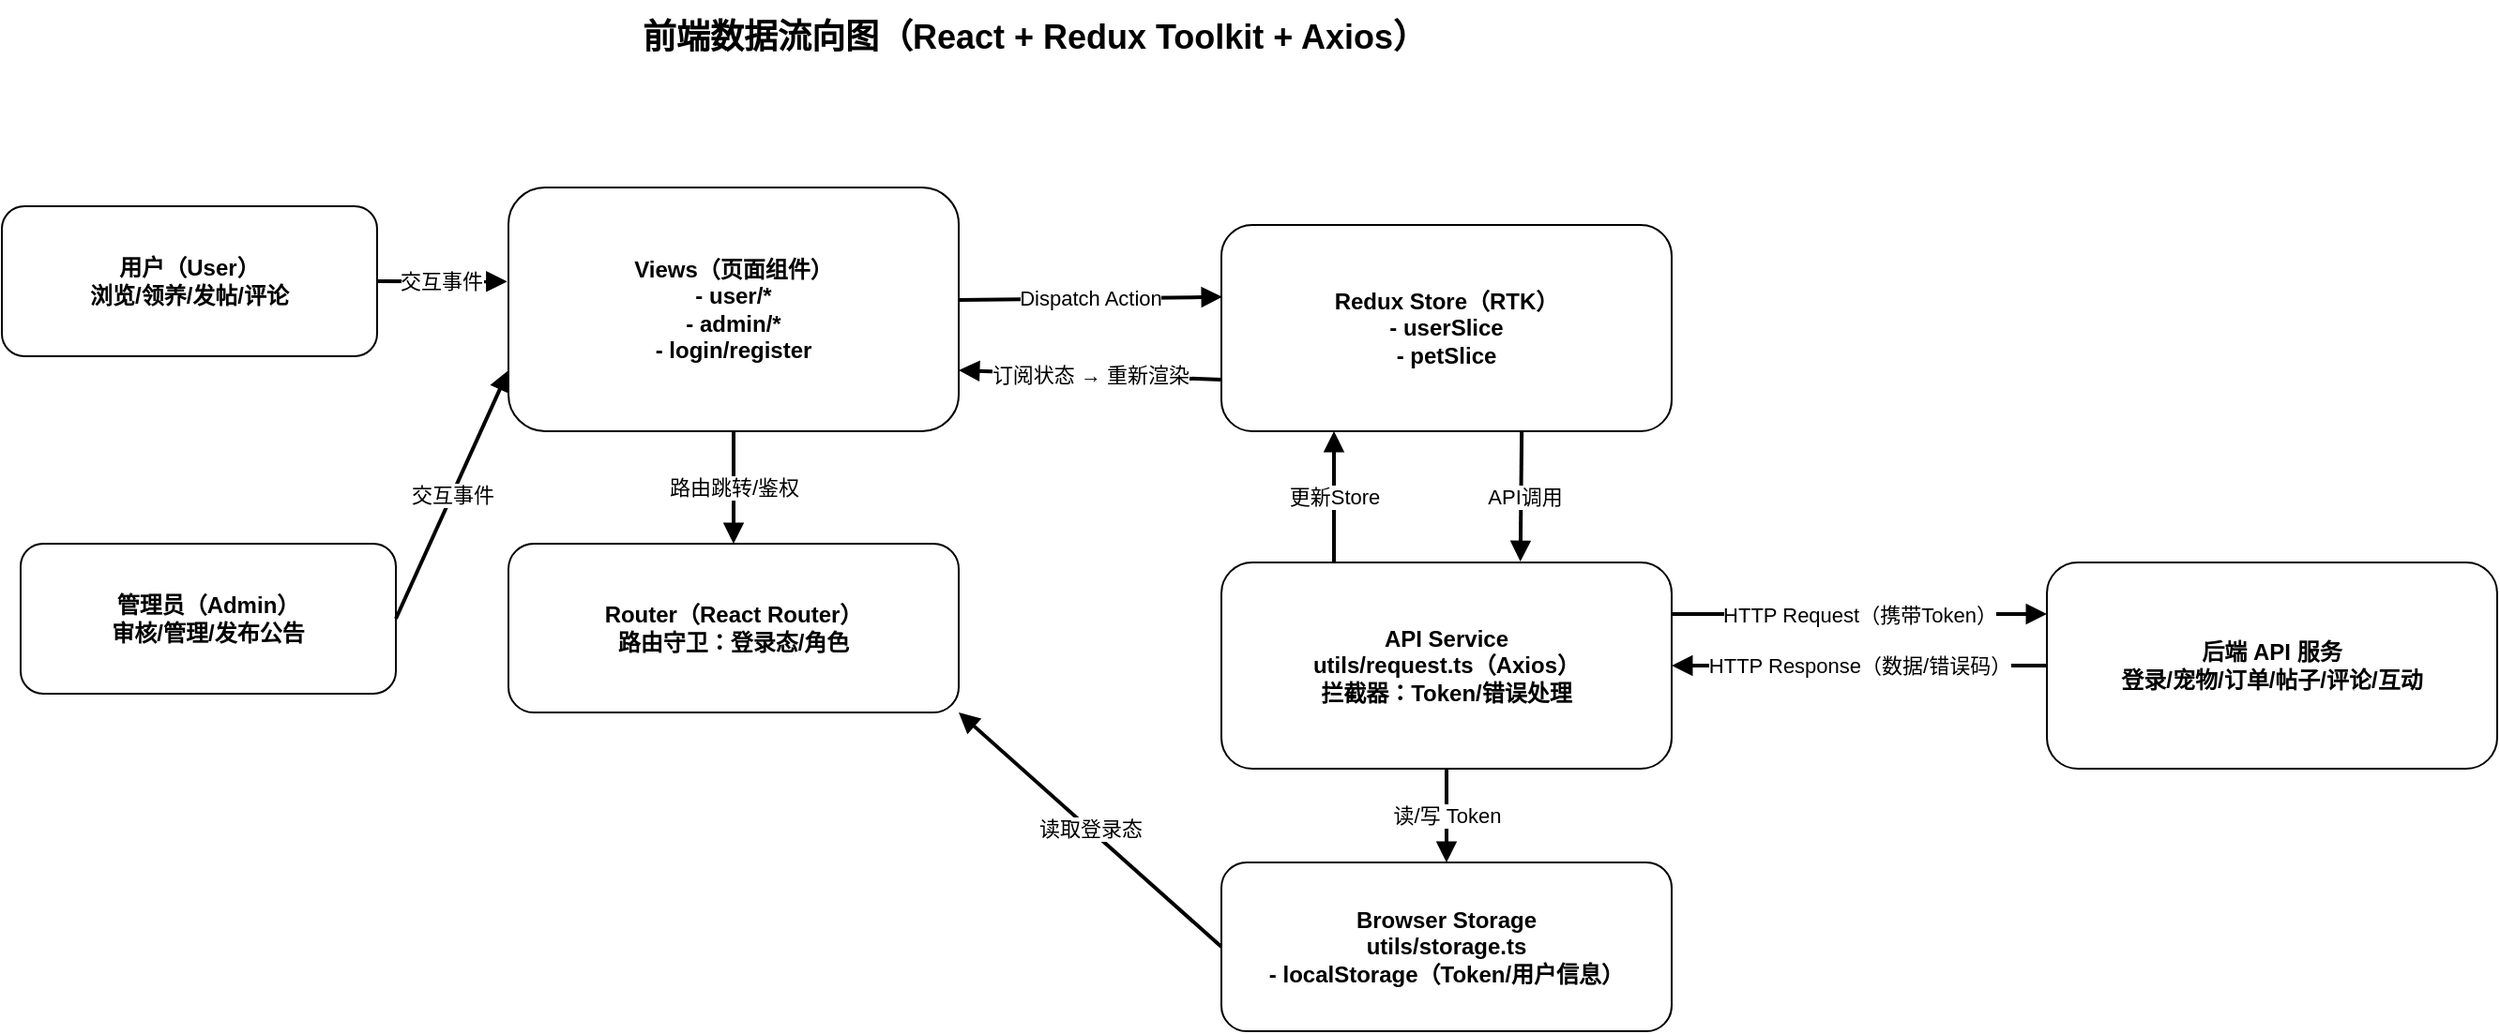
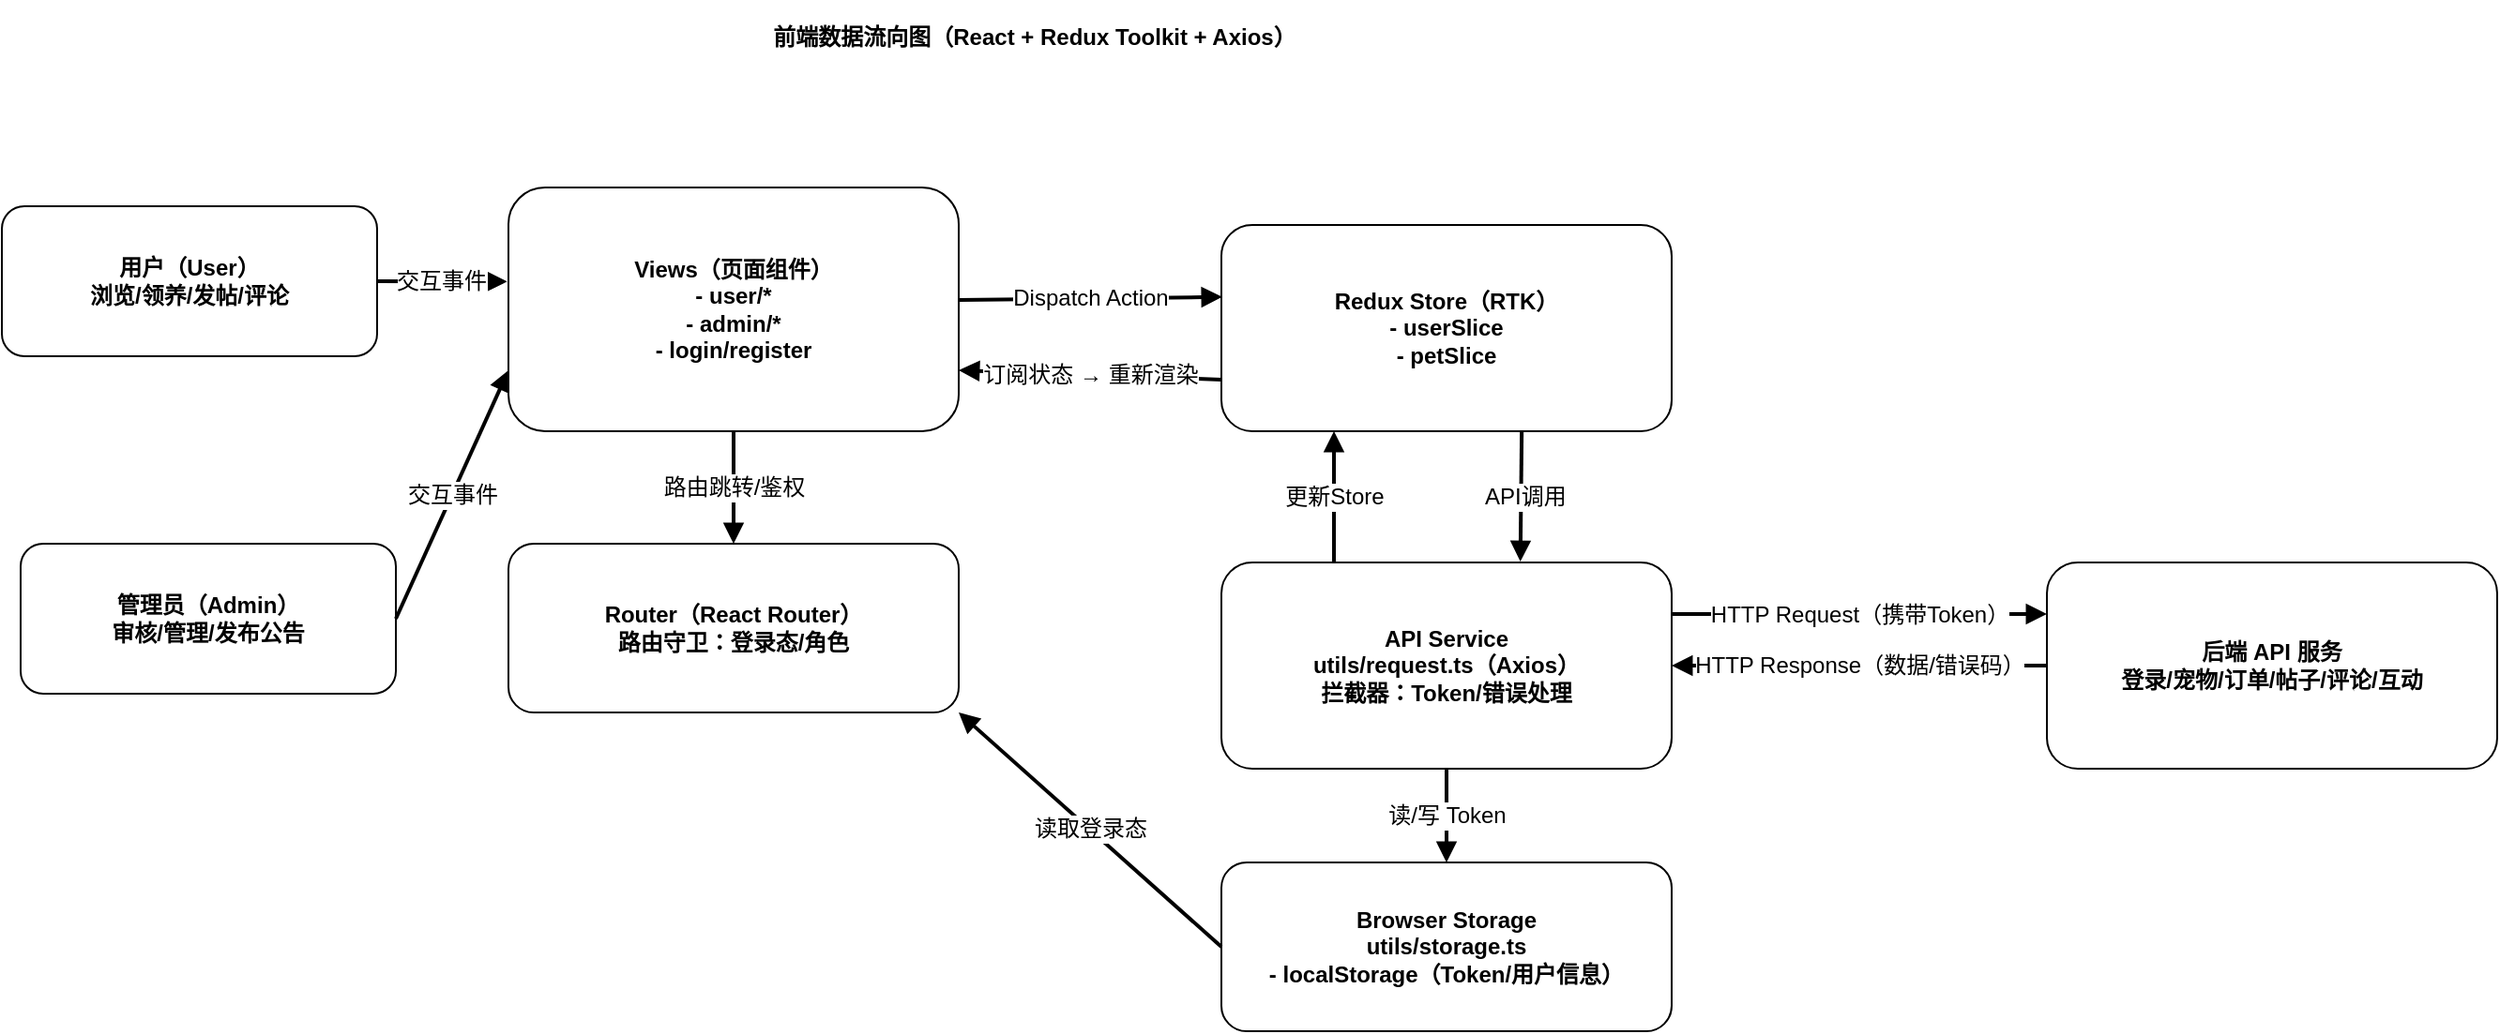
<mxfile host="app.diagrams.net">
  <diagram name="第 1 页" id="aVQnW3t6C-qPZfusX-0g">
    <mxGraphModel dx="1127" dy="777" grid="0" gridSize="10" guides="1" tooltips="1" connect="1" arrows="1" fold="1" page="1" pageScale="1" pageWidth="1200" pageHeight="800" math="0" shadow="0">
      <root>
        <mxCell id="0" />
        <mxCell id="1" parent="0" />
-         <mxCell id="t1" parent="1" style="text;html=1;align=center;verticalAlign=middle;fontSize=18;fontStyle=1" value="前端数据流向图（React + Redux Toolkit + Axios）" vertex="1">
+         <mxCell id="t1" parent="1" style="text;html=1;align=center;verticalAlign=middle;fontSize=12;fontStyle=1" value="前端数据流向图（React + Redux Toolkit + Axios）" vertex="1">
          <mxGeometry height="40" width="720" x="240" y="20" as="geometry" />
        </mxCell>
-         <mxCell id="u" parent="1" style="rounded=1;whiteSpace=wrap;html=1;fontStyle=1" value="用户（User）&#xa;浏览/领养/发帖/评论" vertex="1">
+         <mxCell id="u" parent="1" style="rounded=1;whiteSpace=wrap;html=1;fontStyle=1;fontSize=12;" value="用户（User）&#xa;浏览/领养/发帖/评论" vertex="1">
          <mxGeometry height="80" width="200" x="50" y="130" as="geometry" />
        </mxCell>
-         <mxCell id="a" parent="1" style="rounded=1;whiteSpace=wrap;html=1;fontStyle=1" value="管理员（Admin）&#xa;审核/管理/发布公告" vertex="1">
+         <mxCell id="a" parent="1" style="rounded=1;whiteSpace=wrap;html=1;fontStyle=1;fontSize=12;" value="管理员（Admin）&#xa;审核/管理/发布公告" vertex="1">
          <mxGeometry height="80" width="200" x="60" y="310" as="geometry" />
        </mxCell>
-         <mxCell id="views" parent="1" style="rounded=1;whiteSpace=wrap;html=1;fontStyle=1" value="Views（页面组件）&#xa;- user/*&#xa;- admin/*&#xa;- login/register" vertex="1">
+         <mxCell id="views" parent="1" style="rounded=1;whiteSpace=wrap;html=1;fontStyle=1;fontSize=12;" value="Views（页面组件）&#xa;- user/*&#xa;- admin/*&#xa;- login/register" vertex="1">
          <mxGeometry height="130" width="240" x="320" y="120" as="geometry" />
        </mxCell>
-         <mxCell id="router" parent="1" style="rounded=1;whiteSpace=wrap;html=1;fontStyle=1" value="Router（React Router）&#xa;路由守卫：登录态/角色" vertex="1">
+         <mxCell id="router" parent="1" style="rounded=1;whiteSpace=wrap;html=1;fontStyle=1;fontSize=12;" value="Router（React Router）&#xa;路由守卫：登录态/角色" vertex="1">
          <mxGeometry height="90" width="240" x="320" y="310" as="geometry" />
        </mxCell>
-         <mxCell id="store" parent="1" style="rounded=1;whiteSpace=wrap;html=1;fontStyle=1" value="Redux Store（RTK）&#xa;- userSlice&#xa;- petSlice" vertex="1">
+         <mxCell id="store" parent="1" style="rounded=1;whiteSpace=wrap;html=1;fontStyle=1;fontSize=12;" value="Redux Store（RTK）&#xa;- userSlice&#xa;- petSlice" vertex="1">
          <mxGeometry height="110" width="240" x="700" y="140" as="geometry" />
        </mxCell>
-         <mxCell id="req" parent="1" style="rounded=1;whiteSpace=wrap;html=1;fontStyle=1" value="API Service&#xa;utils/request.ts（Axios）&#xa;拦截器：Token/错误处理" vertex="1">
+         <mxCell id="req" parent="1" style="rounded=1;whiteSpace=wrap;html=1;fontStyle=1;fontSize=12;" value="API Service&#xa;utils/request.ts（Axios）&#xa;拦截器：Token/错误处理" vertex="1">
          <mxGeometry height="110" width="240" x="700" y="320" as="geometry" />
        </mxCell>
-         <mxCell id="storage" parent="1" style="rounded=1;whiteSpace=wrap;html=1;fontStyle=1" value="Browser Storage&#xa;utils/storage.ts&#xa;- localStorage（Token/用户信息）" vertex="1">
+         <mxCell id="storage" parent="1" style="rounded=1;whiteSpace=wrap;html=1;fontStyle=1;fontSize=12;" value="Browser Storage&#xa;utils/storage.ts&#xa;- localStorage（Token/用户信息）" vertex="1">
          <mxGeometry height="90" width="240" x="700" y="480" as="geometry" />
        </mxCell>
-         <mxCell id="backend" parent="1" style="rounded=1;whiteSpace=wrap;html=1;fontStyle=1" value="后端 API 服务&#xa;登录/宠物/订单/帖子/评论/互动" vertex="1">
+         <mxCell id="backend" parent="1" style="rounded=1;whiteSpace=wrap;html=1;fontStyle=1;fontSize=12;" value="后端 API 服务&#xa;登录/宠物/订单/帖子/评论/互动" vertex="1">
          <mxGeometry height="110" width="240" x="1140" y="320" as="geometry" />
        </mxCell>
-         <mxCell id="e1" edge="1" parent="1" source="u" style="endArrow=block;html=1;strokeWidth=2;exitX=1;exitY=0.5;exitDx=0;exitDy=0;entryX=-0.003;entryY=0.386;entryDx=0;entryDy=0;entryPerimeter=0;" target="views" value="交互事件">
+         <mxCell id="e1" edge="1" parent="1" source="u" style="endArrow=block;html=1;strokeWidth=2;exitX=1;exitY=0.5;exitDx=0;exitDy=0;entryX=-0.003;entryY=0.386;entryDx=0;entryDy=0;entryPerimeter=0;fontSize=12;" target="views" value="交互事件">
          <mxGeometry relative="1" as="geometry" />
        </mxCell>
-         <mxCell id="e2" edge="1" parent="1" source="a" style="endArrow=block;html=1;strokeWidth=2;exitX=1;exitY=0.5;exitDx=0;exitDy=0;entryX=0;entryY=0.75;entryDx=0;entryDy=0;" target="views" value="交互事件">
+         <mxCell id="e2" edge="1" parent="1" source="a" style="endArrow=block;html=1;strokeWidth=2;exitX=1;exitY=0.5;exitDx=0;exitDy=0;entryX=0;entryY=0.75;entryDx=0;entryDy=0;fontSize=12;" target="views" value="交互事件">
          <mxGeometry relative="1" as="geometry" />
        </mxCell>
-         <mxCell id="e3" edge="1" parent="1" source="views" style="endArrow=block;html=1;strokeWidth=2;exitX=0.5;exitY=1;exitDx=0;exitDy=0;entryX=0.5;entryY=0;entryDx=0;entryDy=0;" target="router" value="路由跳转/鉴权">
+         <mxCell id="e3" edge="1" parent="1" source="views" style="endArrow=block;html=1;strokeWidth=2;exitX=0.5;exitY=1;exitDx=0;exitDy=0;entryX=0.5;entryY=0;entryDx=0;entryDy=0;fontSize=12;" target="router" value="路由跳转/鉴权">
          <mxGeometry relative="1" as="geometry" />
        </mxCell>
-         <mxCell id="e4" edge="1" parent="1" style="endArrow=block;html=1;strokeWidth=2;entryX=0.002;entryY=0.349;entryDx=0;entryDy=0;entryPerimeter=0;" target="store" value="Dispatch Action">
+         <mxCell id="e4" edge="1" parent="1" style="endArrow=block;html=1;strokeWidth=2;entryX=0.002;entryY=0.349;entryDx=0;entryDy=0;entryPerimeter=0;fontSize=12;" target="store" value="Dispatch Action">
          <mxGeometry relative="1" as="geometry">
            <mxPoint x="560" y="180" as="sourcePoint" />
          </mxGeometry>
        </mxCell>
-         <mxCell id="e5" edge="1" parent="1" source="store" style="endArrow=block;html=1;strokeWidth=2;entryX=0.664;entryY=-0.004;entryDx=0;entryDy=0;entryPerimeter=0;exitX=0.667;exitY=1;exitDx=0;exitDy=0;exitPerimeter=0;" target="req" value="&amp;nbsp;API调用">
+         <mxCell id="e5" edge="1" parent="1" source="store" style="endArrow=block;html=1;strokeWidth=2;entryX=0.664;entryY=-0.004;entryDx=0;entryDy=0;entryPerimeter=0;exitX=0.667;exitY=1;exitDx=0;exitDy=0;exitPerimeter=0;fontSize=12;" target="req" value="&amp;nbsp;API调用">
          <mxGeometry relative="1" as="geometry">
            <mxPoint x="852" y="240" as="sourcePoint" />
            <mxPoint x="840" y="310" as="targetPoint" />
          </mxGeometry>
        </mxCell>
-         <mxCell id="e6" edge="1" parent="1" source="req" style="endArrow=block;html=1;strokeWidth=2;exitX=1;exitY=0.25;exitDx=0;exitDy=0;entryX=0;entryY=0.25;entryDx=0;entryDy=0;" target="backend" value="HTTP Request（携带Token）">
+         <mxCell id="e6" edge="1" parent="1" source="req" style="endArrow=block;html=1;strokeWidth=2;exitX=1;exitY=0.25;exitDx=0;exitDy=0;entryX=0;entryY=0.25;entryDx=0;entryDy=0;fontSize=12;" target="backend" value="HTTP Request（携带Token）">
          <mxGeometry relative="1" as="geometry" />
        </mxCell>
-         <mxCell id="e7" edge="1" parent="1" source="backend" style="endArrow=block;html=1;strokeWidth=2;exitX=0;exitY=0.5;exitDx=0;exitDy=0;entryX=1;entryY=0.5;entryDx=0;entryDy=0;" target="req" value="HTTP Response（数据/错误码）">
+         <mxCell id="e7" edge="1" parent="1" source="backend" style="endArrow=block;html=1;strokeWidth=2;exitX=0;exitY=0.5;exitDx=0;exitDy=0;entryX=1;entryY=0.5;entryDx=0;entryDy=0;fontSize=12;" target="req" value="HTTP Response（数据/错误码）">
          <mxGeometry relative="1" as="geometry" />
        </mxCell>
-         <mxCell id="e8" edge="1" parent="1" source="req" style="endArrow=block;html=1;strokeWidth=2;exitX=0.25;exitY=0;exitDx=0;exitDy=0;entryX=0.25;entryY=1;entryDx=0;entryDy=0;" target="store" value="更新Store">
+         <mxCell id="e8" edge="1" parent="1" source="req" style="endArrow=block;html=1;strokeWidth=2;exitX=0.25;exitY=0;exitDx=0;exitDy=0;entryX=0.25;entryY=1;entryDx=0;entryDy=0;fontSize=12;" target="store" value="更新Store">
          <mxGeometry relative="1" as="geometry" />
        </mxCell>
-         <mxCell id="e9" edge="1" parent="1" source="store" style="endArrow=block;html=1;strokeWidth=2;exitX=0;exitY=0.75;exitDx=0;exitDy=0;entryX=1;entryY=0.75;entryDx=0;entryDy=0;" target="views" value="订阅状态 → 重新渲染">
+         <mxCell id="e9" edge="1" parent="1" source="store" style="endArrow=block;html=1;strokeWidth=2;exitX=0;exitY=0.75;exitDx=0;exitDy=0;entryX=1;entryY=0.75;entryDx=0;entryDy=0;fontSize=12;" target="views" value="订阅状态 → 重新渲染">
          <mxGeometry relative="1" as="geometry" />
        </mxCell>
-         <mxCell id="e10" edge="1" parent="1" source="req" style="endArrow=block;html=1;strokeWidth=2;exitX=0.5;exitY=1;exitDx=0;exitDy=0;entryX=0.5;entryY=0;entryDx=0;entryDy=0;" target="storage" value="读/写 Token">
+         <mxCell id="e10" edge="1" parent="1" source="req" style="endArrow=block;html=1;strokeWidth=2;exitX=0.5;exitY=1;exitDx=0;exitDy=0;entryX=0.5;entryY=0;entryDx=0;entryDy=0;fontSize=12;" target="storage" value="读/写 Token">
          <mxGeometry relative="1" as="geometry" />
        </mxCell>
-         <mxCell id="e11" edge="1" parent="1" source="storage" style="endArrow=block;html=1;strokeWidth=2;exitX=0;exitY=0.5;exitDx=0;exitDy=0;entryX=1;entryY=1;entryDx=0;entryDy=0;" target="router" value="读取登录态">
+         <mxCell id="e11" edge="1" parent="1" source="storage" style="endArrow=block;html=1;strokeWidth=2;exitX=0;exitY=0.5;exitDx=0;exitDy=0;entryX=1;entryY=1;entryDx=0;entryDy=0;fontSize=12;" target="router" value="读取登录态">
          <mxGeometry relative="1" as="geometry" />
        </mxCell>
      </root>
    </mxGraphModel>
  </diagram>
</mxfile>
